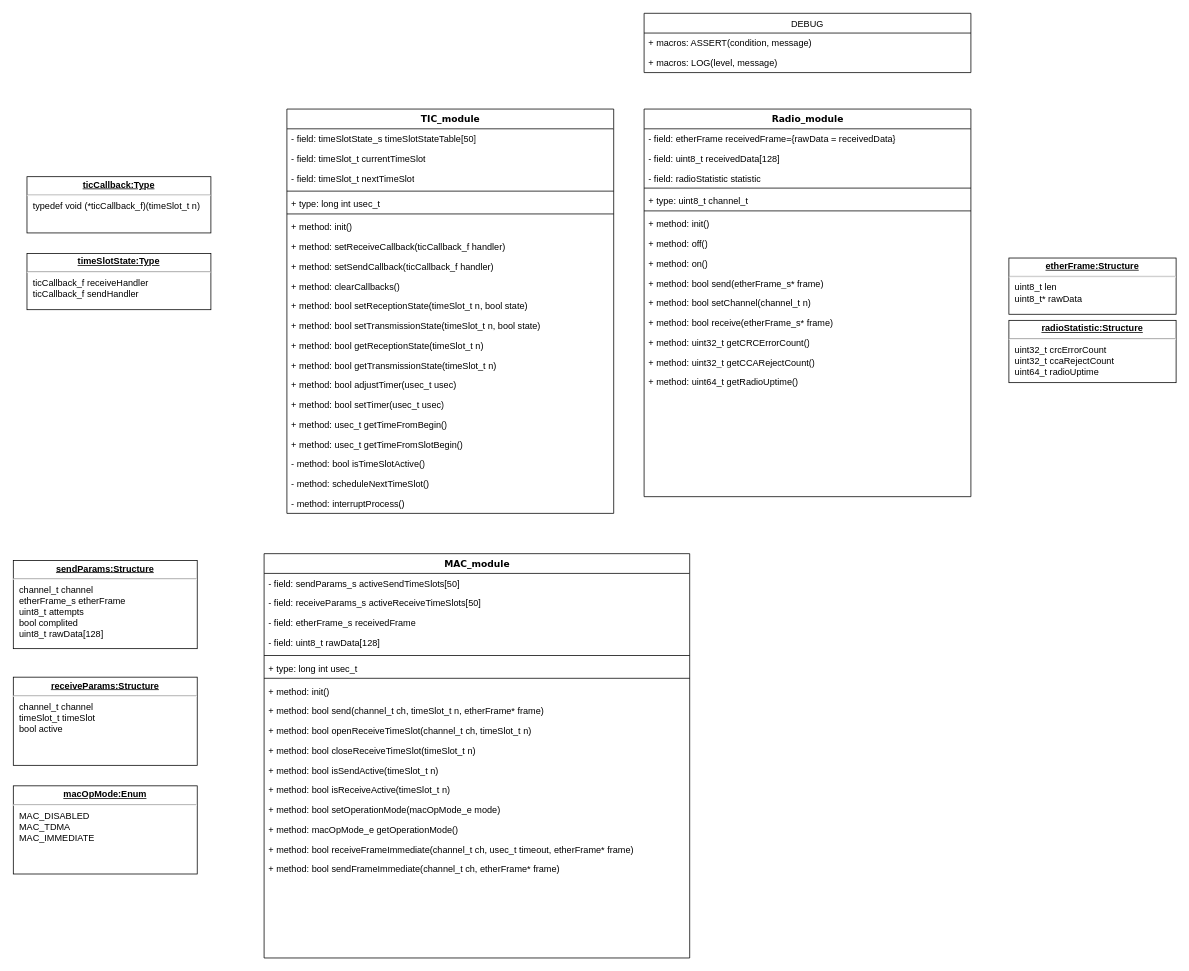
saurex83/WMNU keeps this draw.io diagram as page "modules" (1 of 2) of documentation/programm modules/modules.drawio. Above is the earlier version. Source tidied: cells renumbered, new cells numbered last; positions are measured from the earlier drawing's top-left corner, leaving out a move shared by most shapes. Both pictures are drawn from the tidied source at 76%, with x=0, y=0 at pixel (13, 13).
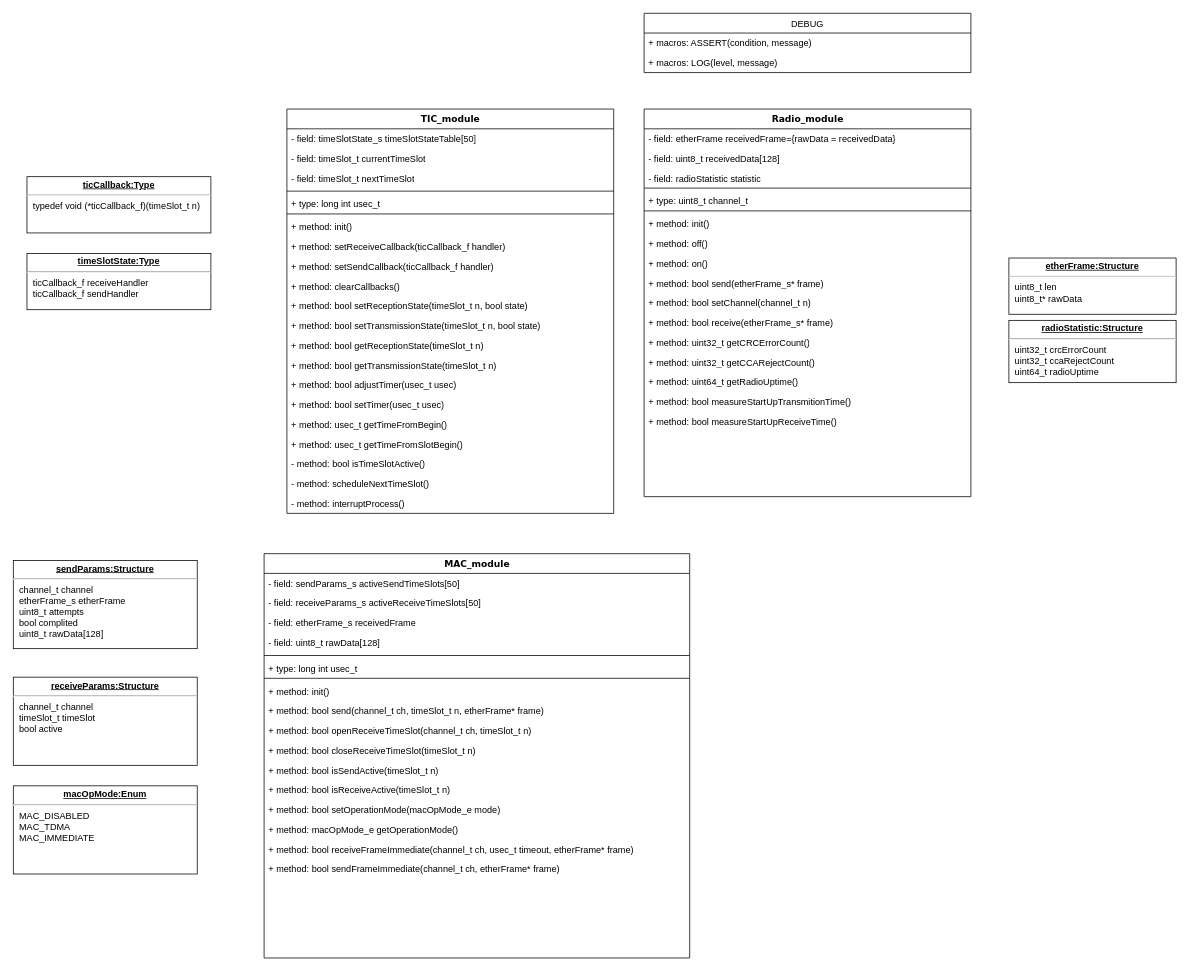
The same diagram, later.

The change refers to these unchanged cells:
```xml
<mxCell id="2" value="Radio_module" style="swimlane;html=1;fontStyle=1;align=center;verticalAlign=top;horizontal=1;startSize=26;swimlaneFillColor=#ffffff;rounded=0;shadow=0;comic=0;labelBackgroundColor=none;strokeColor=#000000;strokeWidth=1;fillColor=none;fontFamily=Verdana;fontSize=12;fontColor=#000000;" parent="1" vertex="1">
  <mxGeometry x="830" y="126" width="430" height="510" as="geometry" />
</mxCell>
```

Diff of the diagram source:
```diff
@@
+    <mxCell id="68" value="+ method: bool measureStartUpTransmitionTime()" style="text;html=1;strokeColor=none;fillColor=none;align=left;verticalAlign=top;spacingLeft=4;spacingRight=4;whiteSpace=wrap;overflow=hidden;" parent="2" vertex="1">
+      <mxGeometry y="372" width="430" height="26" as="geometry" />
+    </mxCell>
+    <mxCell id="69" value="+ method: bool measureStartUpReceiveTime()" style="text;html=1;strokeColor=none;fillColor=none;align=left;verticalAlign=top;spacingLeft=4;spacingRight=4;whiteSpace=wrap;overflow=hidden;" parent="2" vertex="1">
+      <mxGeometry y="398" width="430" height="26" as="geometry" />
+    </mxCell>
```
